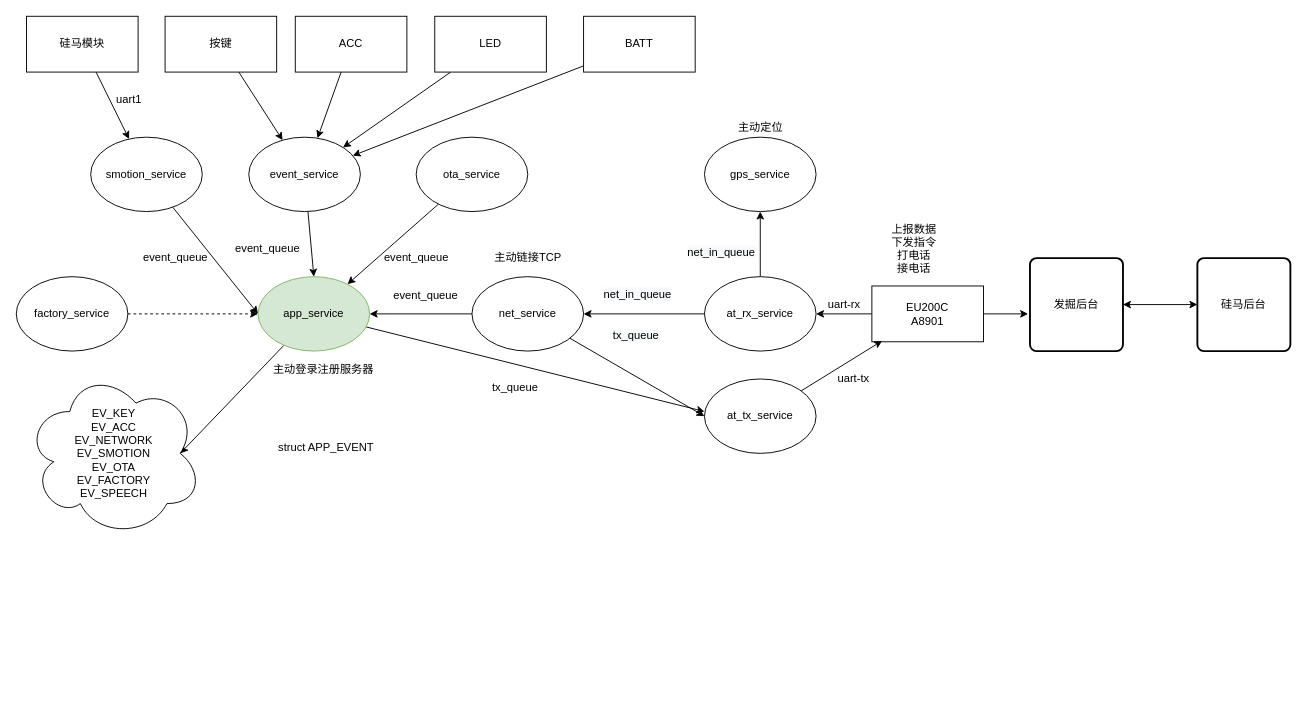
The draw.io diagram CP002.drawio in zhangmeizhen/test2, before the edit. Source tidied: cells renumbered, new cells numbered last; positions are measured from the earlier drawing's top-left corner, leaving out a move shared by most shapes. Both pictures are drawn from the tidied source at 93%, with x=0, y=0 at pixel (16, 16).
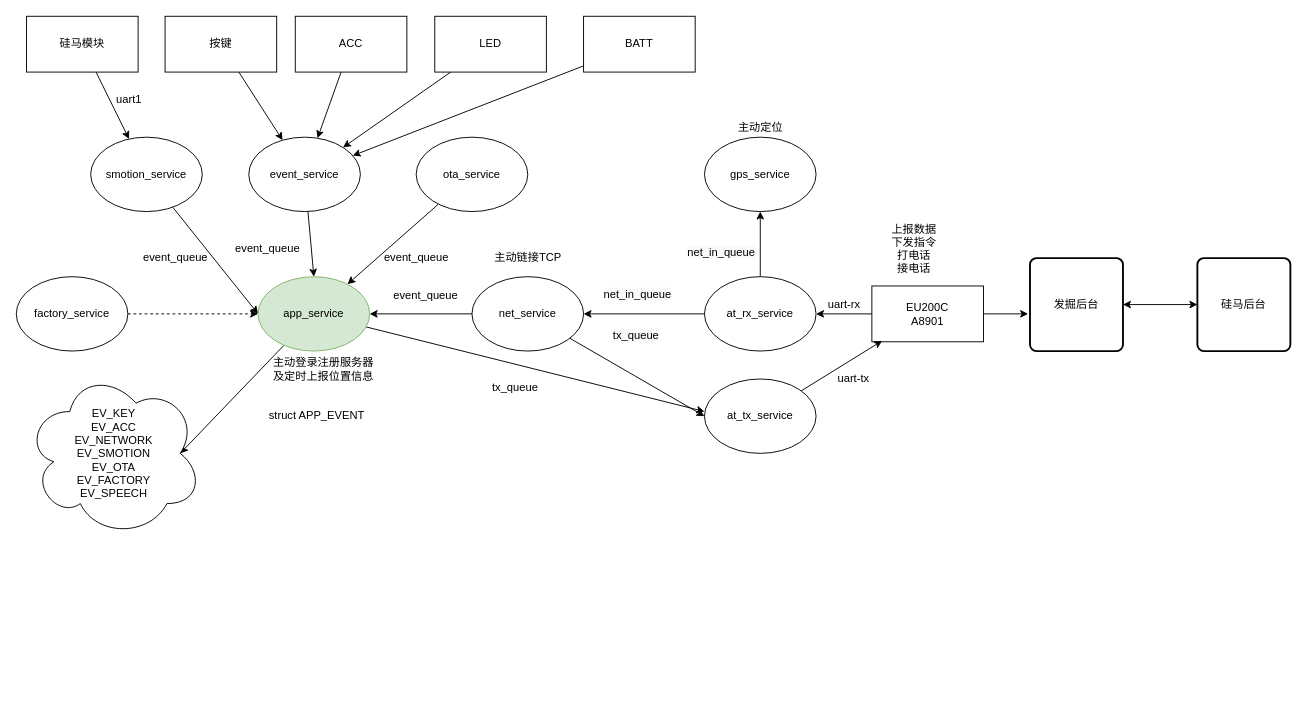
After the change.

The edit, as a diff of the source:
```diff
@@
     <mxCell id="24" value="struct APP_EVENT" style="text;whiteSpace=wrap;html=1;" parent="1" vertex="1">
-      <mxGeometry x="280" y="450" width="120" height="30" as="geometry" />
+      <mxGeometry x="270" y="415" width="120" height="30" as="geometry" />
     </mxCell>
@@
-    <mxCell id="56" value="主动登录注册服务器" style="text;html=1;align=center;verticalAlign=middle;" parent="1" vertex="1">
-      <mxGeometry x="270" y="370" width="120" height="20" as="geometry" />
+    <mxCell id="56" value="主动登录注册服务器&lt;br&gt;及定时上报位置信息" style="text;html=1;align=center;verticalAlign=middle;" parent="1" vertex="1">
+      <mxGeometry x="270" y="365" width="120" height="30" as="geometry" />
     </mxCell>
```
